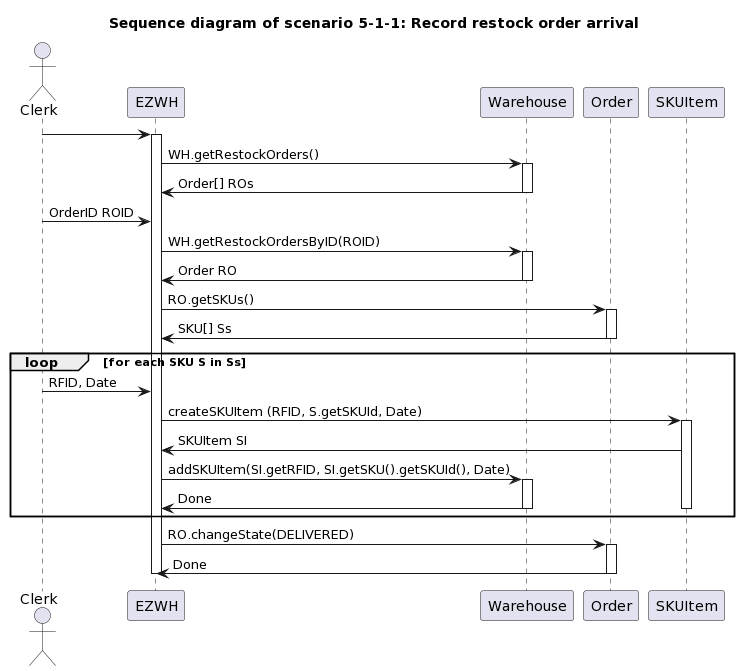
Above: SequenceDiagram/scenario5_1_1.png in dscre99/EzWh (PlantUML), before the change.
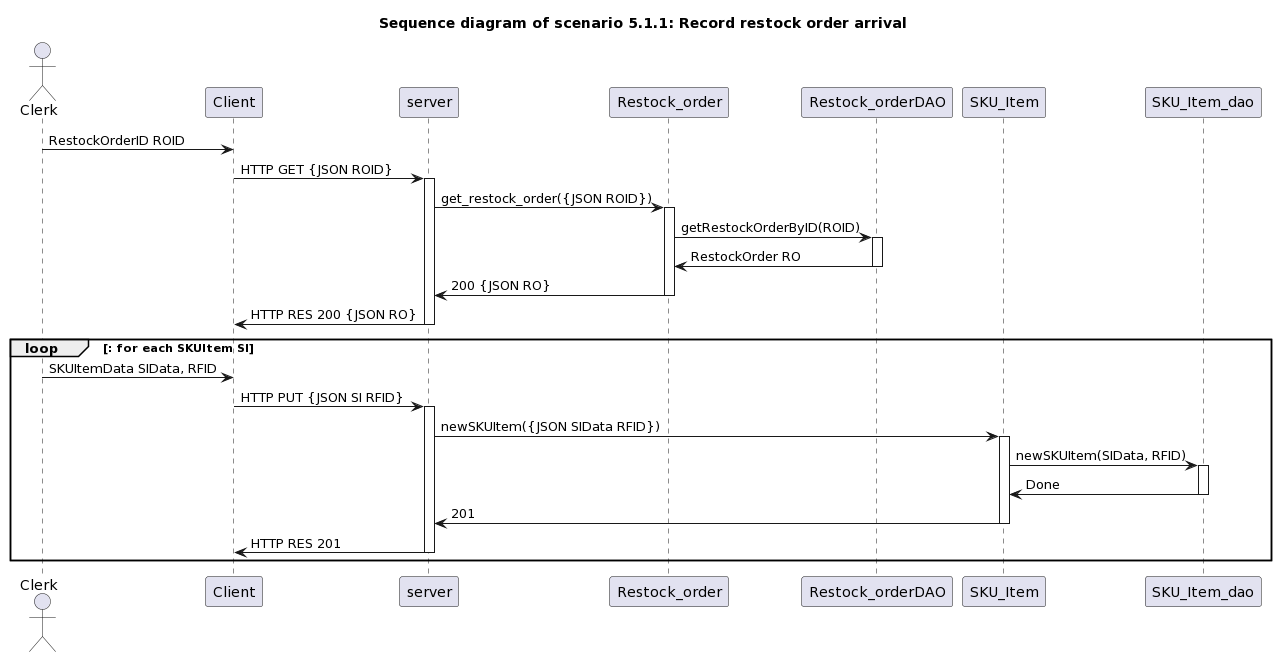
The same file after the commit.

Commit message:
Update: Updated Sequence Diagrams for Scenario 2-1, 3-1, 4-1, 4-3, 5-1-1, 	6-1, 7-1, 9-1, 9-2, and 9-3 in DesignDocument.md

What changed in the source:
```diff
@@ -1,42 +1,48 @@
 @startuml
-title " Sequence diagram of scenario 5-1-1: Record restock order arrival"
+title " Sequence diagram of scenario 5.1.1: Record restock order arrival"
 
 
 actor Clerk
 
+Clerk -> Client : RestockOrderID ROID
 
-Clerk -> EZWH
-activate EZWH
-EZWH -> Warehouse : WH.getRestockOrders()
-activate Warehouse
-EZWH <- Warehouse : Order[] ROs
-deactivate Warehouse
-Clerk -> EZWH : OrderID ROID
-EZWH -> Warehouse : WH.getRestockOrdersByID(ROID)
-activate Warehouse
-EZWH <- Warehouse : Order RO
-deactivate Warehouse
-EZWH -> Order : RO.getSKUs()
-activate Order
-EZWH <- Order : SKU[] Ss
-deactivate Order
+Client -> server : HTTP GET {JSON ROID}
+activate server
 
-loop for each SKU S in Ss
-Clerk -> EZWH : RFID, Date
-EZWH -> SKUItem : createSKUItem (RFID, S.getSKUId, Date)
-activate SKUItem
-EZWH <- SKUItem : SKUItem SI
-EZWH -> Warehouse : addSKUItem(SI.getRFID, SI.getSKU().getSKUId(), Date)
-activate Warehouse
-EZWH <- Warehouse : Done
-deactivate Warehouse
-deactivate SKUItem
+server -> Restock_order : get_restock_order({JSON ROID})
+activate Restock_order
+Restock_order -> Restock_orderDAO : getRestockOrderByID(ROID)
+activate Restock_orderDAO
+Restock_order <- Restock_orderDAO : RestockOrder RO
+deactivate Restock_orderDAO
+server <- Restock_order : 200 {JSON RO}
+deactivate Restock_order
+
+Client <- server : HTTP RES 200 {JSON RO}
+deactivate server
+
+loop : for each SKUItem SI
+
+Clerk -> Client : SKUItemData SIData, RFID
+
+Client -> server : HTTP PUT {JSON SI RFID}
+activate server
+
+server -> SKU_Item : newSKUItem({JSON SIData RFID})
+activate SKU_Item
+SKU_Item -> SKU_Item_dao : newSKUItem(SIData, RFID)
+activate SKU_Item_dao
+SKU_Item <- SKU_Item_dao : Done
+deactivate SKU_Item_dao
+server <- SKU_Item : 201
+deactivate SKU_Item
+
+Client <- server : HTTP RES 201
+deactivate server
+
 end loop
 
-EZWH -> Order : RO.changeState(DELIVERED)
-activate Order
-EZWH <- Order : Done
-deactivate Order
 
-deactivate EZWH
+
+deactivate Client
 @enduml
```
